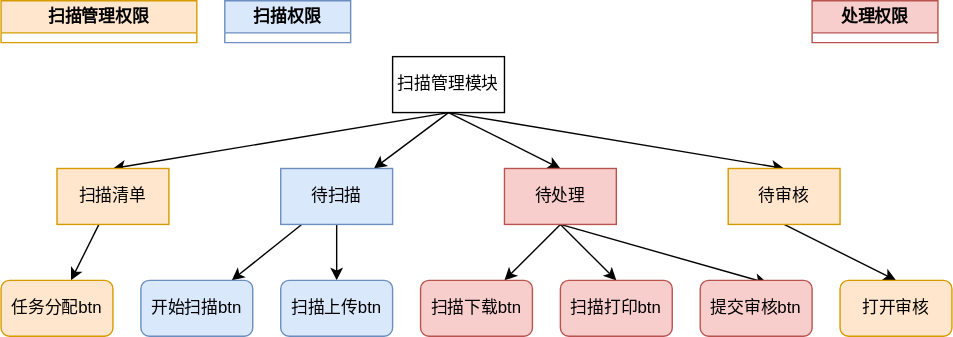
Earlier version of the draw.io export test.drawio.svg (zjxystudent/note). Source tidied: cells renumbered, new cells last; positions are measured from the earlier drawing's top-left corner, leaving out a move shared by most shapes.
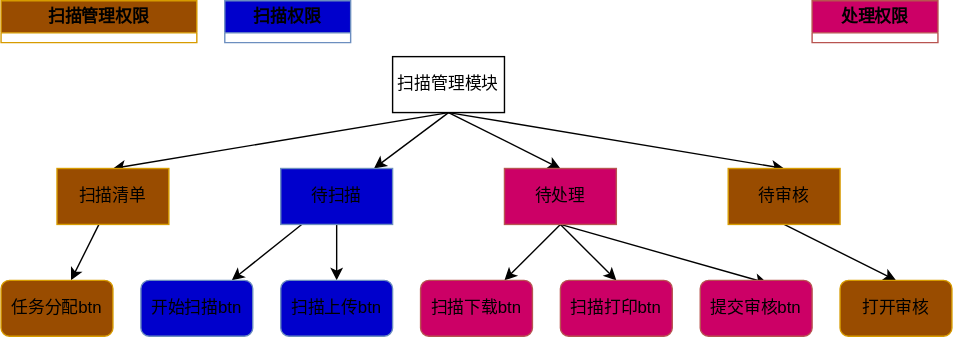
Above is the later version.

Change to the diagram source:
```diff
@@ -23,7 +23,7 @@
     <mxCell id="8" style="edgeStyle=none;html=1;exitX=0.5;exitY=1;exitDx=0;exitDy=0;entryX=0.5;entryY=0;entryDx=0;entryDy=0;" parent="1" edge="1" source="9" target="22">
       <mxGeometry relative="1" as="geometry" />
     </mxCell>
-    <mxCell id="9" value="待扫描" style="rounded=0;whiteSpace=wrap;html=1;fillColor=#dae8fc;strokeColor=#6c8ebf;" parent="1" vertex="1">
+    <mxCell id="9" value="待扫描" style="rounded=0;whiteSpace=wrap;html=1;fillColor=#0000CC;strokeColor=#6c8ebf;" parent="1" vertex="1">
       <mxGeometry x="200" y="120" width="80" height="40" as="geometry" />
     </mxCell>
     <mxCell id="10" style="edgeStyle=none;html=1;exitX=0.5;exitY=1;exitDx=0;exitDy=0;" parent="1" edge="1" source="13" target="23">
@@ -35,49 +35,49 @@
     <mxCell id="12" style="edgeStyle=none;html=1;exitX=0.5;exitY=1;exitDx=0;exitDy=0;entryX=0.6;entryY=0.05;entryDx=0;entryDy=0;entryPerimeter=0;" parent="1" edge="1" source="13" target="25">
       <mxGeometry relative="1" as="geometry" />
     </mxCell>
-    <mxCell id="13" value="待处理" style="rounded=0;whiteSpace=wrap;html=1;fillColor=#f8cecc;strokeColor=#b85450;" parent="1" vertex="1">
+    <mxCell id="13" value="待处理" style="rounded=0;whiteSpace=wrap;html=1;fillColor=#CC0066;strokeColor=#b85450;" parent="1" vertex="1">
       <mxGeometry x="360" y="120" width="80" height="40" as="geometry" />
     </mxCell>
     <mxCell id="14" style="edgeStyle=none;html=1;exitX=0.5;exitY=1;exitDx=0;exitDy=0;entryX=0.5;entryY=0;entryDx=0;entryDy=0;" parent="1" edge="1" source="15" target="27">
       <mxGeometry relative="1" as="geometry" />
     </mxCell>
-    <mxCell id="15" value="待审核" style="rounded=0;whiteSpace=wrap;html=1;fillColor=#ffe6cc;strokeColor=#d79b00;" parent="1" vertex="1">
+    <mxCell id="15" value="待审核" style="rounded=0;whiteSpace=wrap;html=1;fillColor=#994C00;strokeColor=#d79b00;" parent="1" vertex="1">
       <mxGeometry x="520" y="120" width="80" height="40" as="geometry" />
     </mxCell>
     <mxCell id="16" style="edgeStyle=none;html=1;" parent="1" edge="1" source="17" target="19">
       <mxGeometry relative="1" as="geometry" />
     </mxCell>
-    <mxCell id="17" value="扫描清单" style="rounded=0;whiteSpace=wrap;html=1;fillColor=#ffe6cc;strokeColor=#d79b00;" parent="1" vertex="1">
+    <mxCell id="17" value="扫描清单" style="rounded=0;whiteSpace=wrap;html=1;fillColor=#994C00;strokeColor=#d79b00;" parent="1" vertex="1">
       <mxGeometry x="40" y="120" width="80" height="40" as="geometry" />
     </mxCell>
-    <mxCell id="18" value="扫描管理权限" style="swimlane;whiteSpace=wrap;html=1;fillColor=#ffe6cc;strokeColor=#d79b00;" parent="1" vertex="1" collapsed="1">
+    <mxCell id="18" value="扫描管理权限" style="swimlane;whiteSpace=wrap;html=1;fillColor=#994C00;strokeColor=#d79b00;" parent="1" vertex="1" collapsed="1">
       <mxGeometry width="140" height="30" as="geometry" />
     </mxCell>
-    <mxCell id="19" value="任务分配btn" style="rounded=1;whiteSpace=wrap;html=1;fillColor=#ffe6cc;strokeColor=#d79b00;" parent="1" vertex="1">
+    <mxCell id="19" value="任务分配btn" style="rounded=1;whiteSpace=wrap;html=1;fillColor=#994C00;strokeColor=#d79b00;" parent="1" vertex="1">
       <mxGeometry y="200" width="80" height="40" as="geometry" />
     </mxCell>
-    <mxCell id="20" value="开始扫描btn" style="rounded=1;whiteSpace=wrap;html=1;fillColor=#dae8fc;strokeColor=#6c8ebf;" parent="1" vertex="1">
+    <mxCell id="20" value="开始扫描btn" style="rounded=1;whiteSpace=wrap;html=1;fillColor=#0000CC;strokeColor=#6c8ebf;" parent="1" vertex="1">
       <mxGeometry x="100" y="200" width="80" height="40" as="geometry" />
     </mxCell>
-    <mxCell id="21" value="扫描权限" style="swimlane;whiteSpace=wrap;html=1;fillColor=#dae8fc;strokeColor=#6c8ebf;" parent="1" vertex="1" collapsed="1">
+    <mxCell id="21" value="扫描权限" style="swimlane;whiteSpace=wrap;html=1;fillColor=#0000CC;strokeColor=#6c8ebf;" parent="1" vertex="1" collapsed="1">
       <mxGeometry x="160" width="90" height="30" as="geometry" />
     </mxCell>
-    <mxCell id="22" value="扫描上传btn" style="rounded=1;whiteSpace=wrap;html=1;fillColor=#dae8fc;strokeColor=#6c8ebf;" parent="1" vertex="1">
+    <mxCell id="22" value="扫描上传btn" style="rounded=1;whiteSpace=wrap;html=1;fillColor=#0000CC;strokeColor=#6c8ebf;" parent="1" vertex="1">
       <mxGeometry x="200" y="200" width="80" height="40" as="geometry" />
     </mxCell>
-    <mxCell id="23" value="扫描下载btn" style="rounded=1;whiteSpace=wrap;html=1;fillColor=#f8cecc;strokeColor=#b85450;" parent="1" vertex="1">
+    <mxCell id="23" value="扫描下载btn" style="rounded=1;whiteSpace=wrap;html=1;fillColor=#CC0066;strokeColor=#b85450;" parent="1" vertex="1">
       <mxGeometry x="300" y="200" width="80" height="40" as="geometry" />
     </mxCell>
-    <mxCell id="24" value="扫描打印btn" style="rounded=1;whiteSpace=wrap;html=1;fillColor=#f8cecc;strokeColor=#b85450;" parent="1" vertex="1">
+    <mxCell id="24" value="扫描打印btn" style="rounded=1;whiteSpace=wrap;html=1;fillColor=#CC0066;strokeColor=#b85450;" parent="1" vertex="1">
       <mxGeometry x="400" y="200" width="80" height="40" as="geometry" />
     </mxCell>
-    <mxCell id="25" value="提交审核btn" style="rounded=1;whiteSpace=wrap;html=1;fillColor=#f8cecc;strokeColor=#b85450;" parent="1" vertex="1">
+    <mxCell id="25" value="提交审核btn" style="rounded=1;whiteSpace=wrap;html=1;fillColor=#CC0066;strokeColor=#b85450;" parent="1" vertex="1">
       <mxGeometry x="500" y="200" width="80" height="40" as="geometry" />
     </mxCell>
-    <mxCell id="26" value="处理权限" style="swimlane;whiteSpace=wrap;html=1;fillColor=#f8cecc;strokeColor=#b85450;" parent="1" vertex="1" collapsed="1">
+    <mxCell id="26" value="处理权限" style="swimlane;whiteSpace=wrap;html=1;fillColor=#CC0066;strokeColor=#b85450;" parent="1" vertex="1" collapsed="1">
       <mxGeometry x="580" width="90" height="30" as="geometry" />
     </mxCell>
-    <mxCell id="27" value="打开审核" style="rounded=1;whiteSpace=wrap;html=1;fillColor=#ffe6cc;strokeColor=#d79b00;" parent="1" vertex="1">
+    <mxCell id="27" value="打开审核" style="rounded=1;whiteSpace=wrap;html=1;fillColor=#994C00;strokeColor=#d79b00;" parent="1" vertex="1">
       <mxGeometry x="600" y="200" width="80" height="40" as="geometry" />
     </mxCell>
   </root>
```
